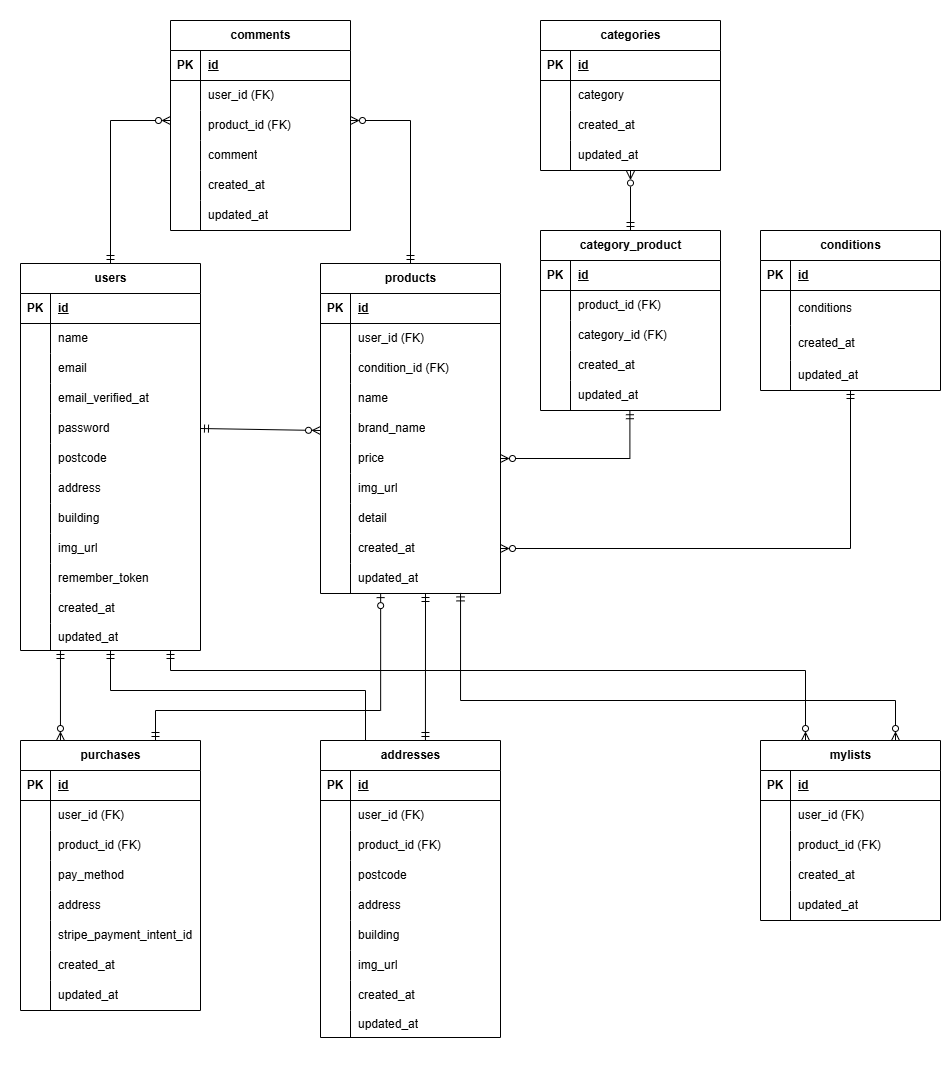
This is ER.drawio.png from kamihshi0422/free-market, a draw.io export, as it was before one commit. Source tidied: cells renumbered, new cells last; positions are measured from the earlier drawing's top-left corner, leaving out a move shared by most shapes.
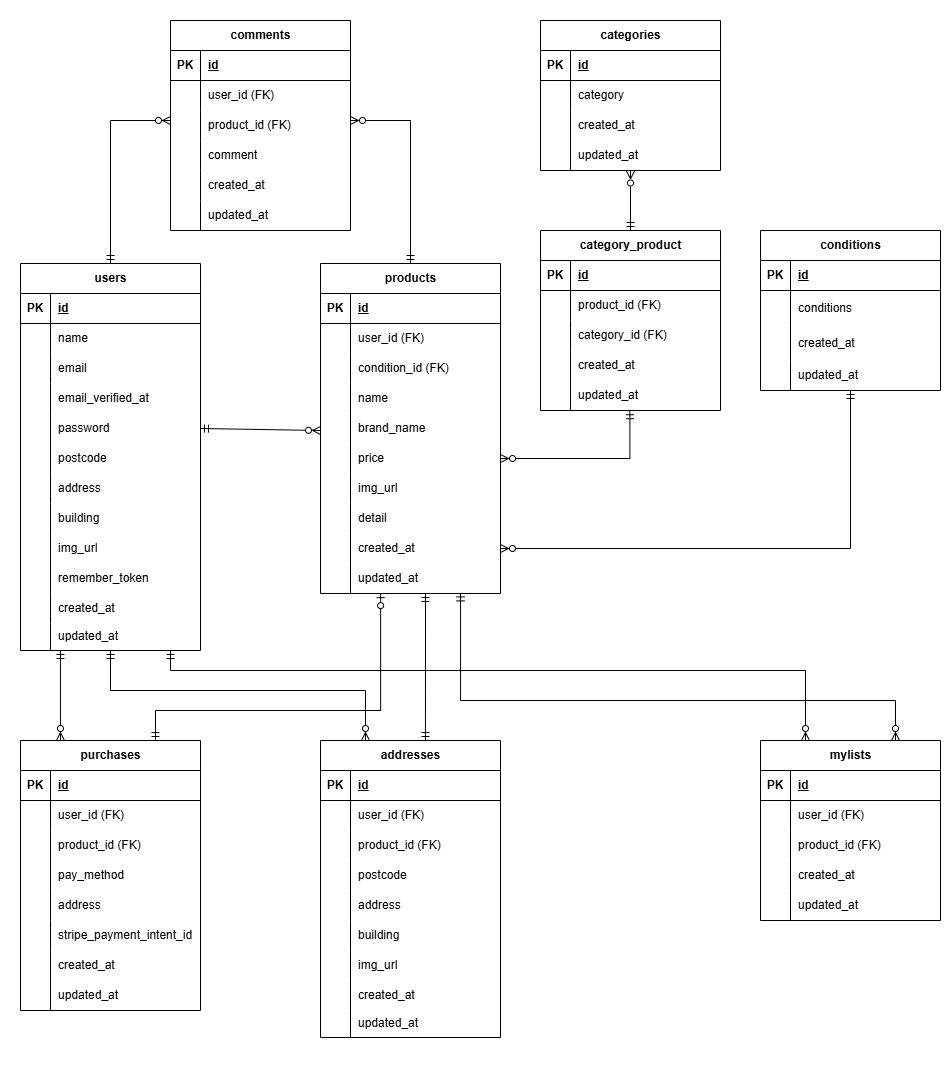
Above is the later version.

Change to the diagram source:
```diff
@@ -575,9 +575,8 @@
     <mxCell id="183" value="updated_at" style="shape=partialRectangle;fillColor=none;top=0;left=0;bottom=0;right=0;align=left;spacingLeft=6;overflow=hidden;whiteSpace=wrap;html=1;rounded=0;" parent="181" vertex="1">
       <mxGeometry x="30" width="150" height="30" as="geometry" />
     </mxCell>
-    <mxCell id="184" style="edgeStyle=elbowEdgeStyle;html=1;exitX=0.25;exitY=0;exitDx=0;exitDy=0;elbow=vertical;rounded=0;curved=0;startArrow=ERzeroToMany;startFill=0;endArrow=ERmandOne;endFill=0;" parent="1" edge="1">
+    <mxCell id="184" style="edgeStyle=elbowEdgeStyle;html=1;exitX=0.25;exitY=0;exitDx=0;exitDy=0;elbow=vertical;rounded=0;curved=0;startArrow=ERzeroToMany;startFill=0;endArrow=ERmandOne;endFill=0;" parent="1" edge="1" source="185">
       <mxGeometry relative="1" as="geometry">
-        <mxPoint x="365" y="770" as="sourcePoint" />
         <mxPoint x="110" y="650" as="targetPoint" />
         <Array as="points">
           <mxPoint x="240" y="690" />
```
